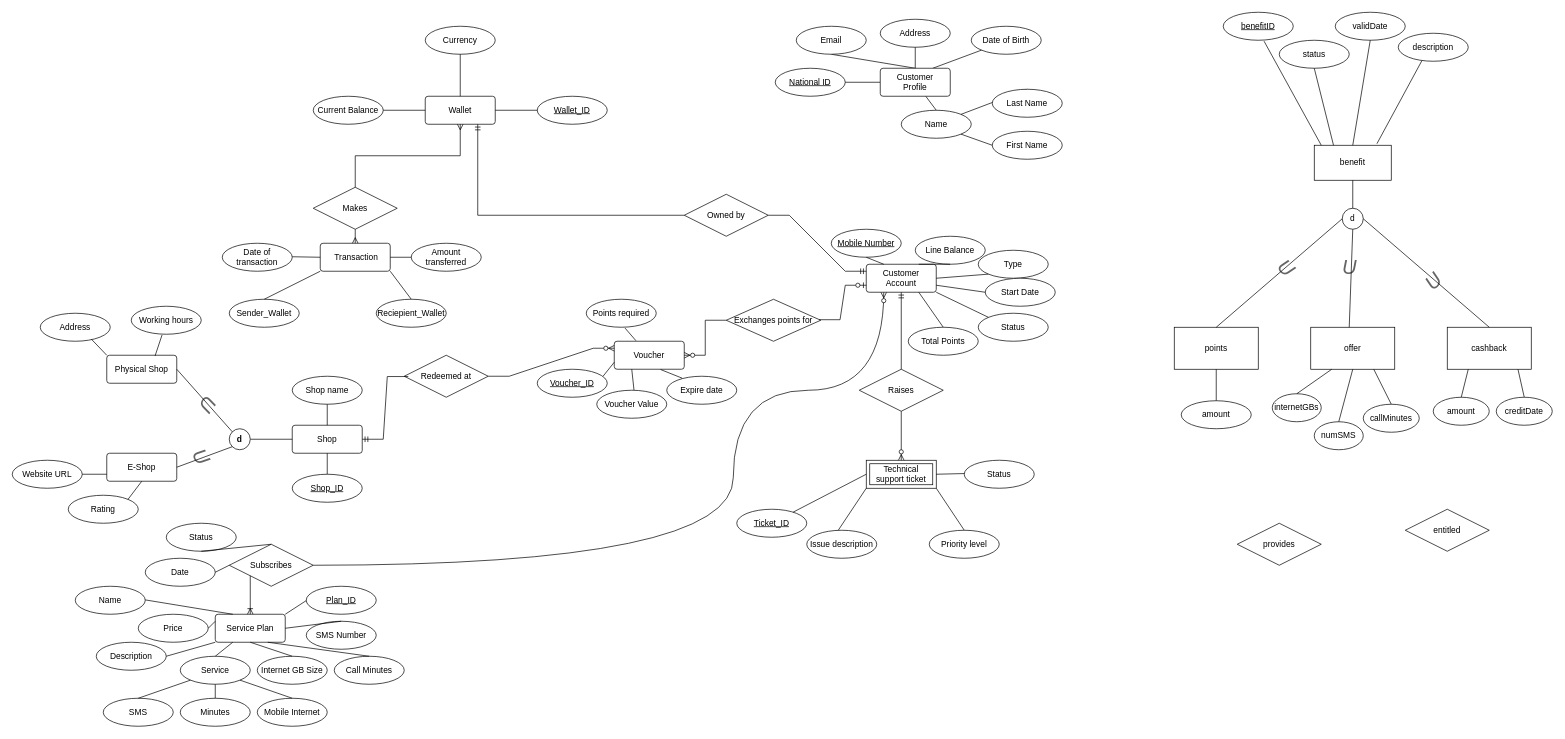
The draw.io diagram Untitled Diagram.drawio in itsfadymate/Customer-Data-Management-System, before the edit. Source tidied: cells renumbered, new cells numbered last; positions are measured from the earlier drawing's top-left corner, leaving out a move shared by most shapes. Both pictures are drawn from the tidied source at 70%, with x=0, y=0 at pixel (12, 12).
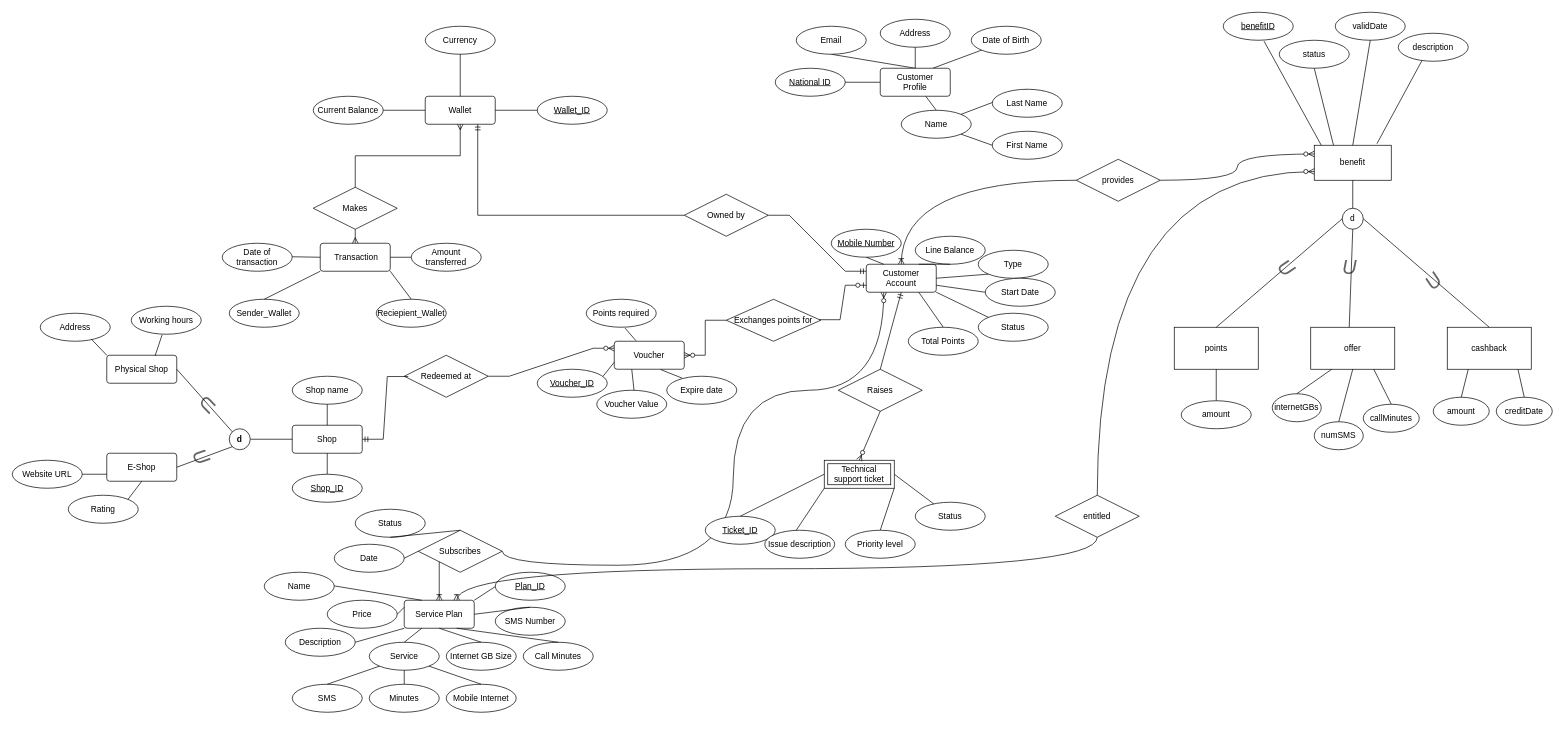
The same diagram, later.

Commit message:
added benefit relationships, 2.7 should be complete

Unchanged cells that the change refers to:
```xml
<mxCell id="10" value="Customer Account" style="rounded=1;arcSize=10;whiteSpace=wrap;html=1;align=center;" parent="1" vertex="1">
  <mxGeometry x="1220" y="360" width="100" height="40" as="geometry" />
</mxCell>
<mxCell id="133" value="benefit" style="rounded=0;whiteSpace=wrap;html=1;" parent="1" vertex="1">
  <mxGeometry x="1860" y="190" width="110" height="50" as="geometry" />
</mxCell>
```

Diff of the diagram source:
```diff
@@
     <mxCell id="26" value="Raises" style="shape=rhombus;perimeter=rhombusPerimeter;whiteSpace=wrap;html=1;align=center;" parent="1" vertex="1">
-      <mxGeometry x="1210" y="510" width="120" height="60" as="geometry" />
+      <mxGeometry x="1180" y="510" width="120" height="60" as="geometry" />
     </mxCell>
@@
     <mxCell id="28" value="Technical support ticket" style="shape=ext;margin=3;double=1;whiteSpace=wrap;html=1;align=center;" parent="1" vertex="1">
-      <mxGeometry x="1220" y="640" width="100" height="40" as="geometry" />
+      <mxGeometry x="1160" y="640" width="100" height="40" as="geometry" />
     </mxCell>
@@
     <mxCell id="34" value="Ticket_ID" style="ellipse;whiteSpace=wrap;html=1;align=center;fontStyle=4;" parent="1" vertex="1">
-      <mxGeometry x="1035" y="710" width="100" height="40" as="geometry" />
+      <mxGeometry x="990" y="720" width="100" height="40" as="geometry" />
     </mxCell>
@@
     <mxCell id="36" value="Issue description" style="ellipse;whiteSpace=wrap;html=1;align=center;" parent="1" vertex="1">
-      <mxGeometry x="1135" y="740" width="100" height="40" as="geometry" />
+      <mxGeometry x="1075" y="740" width="100" height="40" as="geometry" />
     </mxCell>
@@
     <mxCell id="39" value="Status" style="ellipse;whiteSpace=wrap;html=1;align=center;" parent="1" vertex="1">
-      <mxGeometry x="1360" y="640" width="100" height="40" as="geometry" />
+      <mxGeometry x="1290" y="700" width="100" height="40" as="geometry" />
     </mxCell>
@@
     <mxCell id="41" value="Priority level" style="ellipse;whiteSpace=wrap;html=1;align=center;" parent="1" vertex="1">
-      <mxGeometry x="1310" y="740" width="100" height="40" as="geometry" />
+      <mxGeometry x="1190" y="740" width="100" height="40" as="geometry" />
     </mxCell>
@@
-    <mxCell id="43" style="endArrow=none;html=1;rounded=0;" parent="1" edge="1" source="34">
+    <mxCell id="43" style="endArrow=none;html=1;rounded=0;exitX=0.5;exitY=0;exitDx=0;exitDy=0;" parent="1" edge="1" source="34">
       <mxGeometry relative="1" as="geometry">
-        <mxPoint x="1220" y="660" as="targetPoint" />
+        <mxPoint x="1160" y="660" as="targetPoint" />
       </mxGeometry>
     </mxCell>
@@
-    <mxCell id="45" style="endArrow=none;html=1;rounded=0;exitX=1;exitY=0.5;exitDx=0;exitDy=0;" parent="1" edge="1" source="28">
-      <mxGeometry relative="1" as="geometry">
-        <mxPoint x="1360" y="659" as="targetPoint" />
-      </mxGeometry>
+    <mxCell id="45" style="endArrow=none;html=1;rounded=0;exitX=1;exitY=0.5;exitDx=0;exitDy=0;" parent="1" edge="1" source="28" target="39">
+      <mxGeometry relative="1" as="geometry" />
     </mxCell>
@@
     <mxCell id="47" style="endArrow=none;html=1;rounded=0;entryX=0;entryY=1;entryDx=0;entryDy=0;" parent="1" edge="1" target="28">
       <mxGeometry relative="1" as="geometry">
-        <mxPoint x="1180" y="740" as="sourcePoint" />
+        <mxPoint x="1120" y="740" as="sourcePoint" />
       </mxGeometry>
     </mxCell>
@@
     <mxCell id="61" value="Service Plan" style="rounded=1;arcSize=10;whiteSpace=wrap;html=1;align=center;" parent="1" vertex="1">
-      <mxGeometry x="290" y="860" width="100" height="40" as="geometry" />
+      <mxGeometry x="560" y="840" width="100" height="40" as="geometry" />
     </mxCell>
@@
     <mxCell id="63" value="Service" style="ellipse;whiteSpace=wrap;html=1;align=center;" parent="1" vertex="1">
-      <mxGeometry x="240" y="920" width="100" height="40" as="geometry" />
+      <mxGeometry x="510" y="900" width="100" height="40" as="geometry" />
     </mxCell>
@@
     <mxCell id="65" value="SMS" style="ellipse;whiteSpace=wrap;html=1;align=center;" parent="1" vertex="1">
-      <mxGeometry x="130" y="980" width="100" height="40" as="geometry" />
+      <mxGeometry x="400" y="960" width="100" height="40" as="geometry" />
     </mxCell>
     <mxCell id="66" value="Minutes" style="ellipse;whiteSpace=wrap;html=1;align=center;" parent="1" vertex="1">
-      <mxGeometry x="240" y="980" width="100" height="40" as="geometry" />
+      <mxGeometry x="510" y="960" width="100" height="40" as="geometry" />
     </mxCell>
     <mxCell id="67" value="Mobile Internet" style="ellipse;whiteSpace=wrap;html=1;align=center;" parent="1" vertex="1">
-      <mxGeometry x="350" y="980" width="100" height="40" as="geometry" />
+      <mxGeometry x="620" y="960" width="100" height="40" as="geometry" />
     </mxCell>
@@
     <mxCell id="72" value="SMS Number" style="ellipse;whiteSpace=wrap;html=1;align=center;" parent="1" vertex="1">
-      <mxGeometry x="420" y="870" width="100" height="40" as="geometry" />
+      <mxGeometry x="690" y="850" width="100" height="40" as="geometry" />
     </mxCell>
     <mxCell id="73" value="Call Minutes" style="ellipse;whiteSpace=wrap;html=1;align=center;" parent="1" vertex="1">
-      <mxGeometry x="460" y="920" width="100" height="40" as="geometry" />
+      <mxGeometry x="730" y="900" width="100" height="40" as="geometry" />
     </mxCell>
     <mxCell id="74" value="Internet GB Size" style="ellipse;whiteSpace=wrap;html=1;align=center;" parent="1" vertex="1">
-      <mxGeometry x="350" y="920" width="100" height="40" as="geometry" />
+      <mxGeometry x="620" y="900" width="100" height="40" as="geometry" />
     </mxCell>
     <mxCell id="75" value="Price" style="ellipse;whiteSpace=wrap;html=1;align=center;" parent="1" vertex="1">
-      <mxGeometry x="180" y="860" width="100" height="40" as="geometry" />
+      <mxGeometry x="450" y="840" width="100" height="40" as="geometry" />
     </mxCell>
     <mxCell id="76" value="Description" style="ellipse;whiteSpace=wrap;html=1;align=center;" parent="1" vertex="1">
-      <mxGeometry x="120" y="900" width="100" height="40" as="geometry" />
+      <mxGeometry x="390" y="880" width="100" height="40" as="geometry" />
     </mxCell>
     <mxCell id="77" value="Name" style="ellipse;whiteSpace=wrap;html=1;align=center;" parent="1" vertex="1">
-      <mxGeometry x="90" y="820" width="100" height="40" as="geometry" />
+      <mxGeometry x="360" y="800" width="100" height="40" as="geometry" />
     </mxCell>
@@
     <mxCell id="81" style="endArrow=none;html=1;rounded=0;fontFamily=Helvetica;fontSize=12;fontColor=default;fontStyle=4;entryX=0.25;entryY=0;entryDx=0;entryDy=0;" parent="1" edge="1" target="61">
       <mxGeometry relative="1" as="geometry">
-        <mxPoint x="190" y="839.5" as="sourcePoint" />
+        <mxPoint x="460" y="819.5" as="sourcePoint" />
       </mxGeometry>
     </mxCell>
@@
     <mxCell id="84" value="Plan_ID" style="ellipse;whiteSpace=wrap;html=1;align=center;fontStyle=4;strokeColor=default;verticalAlign=middle;fontFamily=Helvetica;fontSize=12;fontColor=default;fillColor=default;" parent="1" vertex="1">
-      <mxGeometry x="420" y="820" width="100" height="40" as="geometry" />
+      <mxGeometry x="690" y="800" width="100" height="40" as="geometry" />
     </mxCell>
     <mxCell id="85" style="endArrow=none;html=1;rounded=0;fontFamily=Helvetica;fontSize=12;fontColor=default;fontStyle=4;entryX=0.25;entryY=0;entryDx=0;entryDy=0;exitX=1;exitY=0;exitDx=0;exitDy=0;" parent="1" edge="1" source="61">
       <mxGeometry relative="1" as="geometry">
-        <mxPoint x="420" y="840.5" as="targetPoint" />
+        <mxPoint x="690" y="820.5" as="targetPoint" />
       </mxGeometry>
     </mxCell>
     <mxCell id="86" value="Subscribes" style="shape=rhombus;perimeter=rhombusPerimeter;whiteSpace=wrap;html=1;align=center;rotation=0;" parent="1" vertex="1">
-      <mxGeometry x="310" y="760" width="120" height="60" as="geometry" />
+      <mxGeometry x="580" y="740" width="120" height="60" as="geometry" />
     </mxCell>
     <mxCell id="87" value="Status" style="ellipse;whiteSpace=wrap;html=1;align=center;" parent="1" vertex="1">
-      <mxGeometry x="220" y="730" width="100" height="40" as="geometry" />
+      <mxGeometry x="490" y="710" width="100" height="40" as="geometry" />
     </mxCell>
     <mxCell id="88" value="Date" style="ellipse;whiteSpace=wrap;html=1;align=center;" parent="1" vertex="1">
-      <mxGeometry x="190" y="780" width="100" height="40" as="geometry" />
+      <mxGeometry x="460" y="760" width="100" height="40" as="geometry" />
     </mxCell>
@@
     <mxCell id="166" value="entitled" style="shape=rhombus;perimeter=rhombusPerimeter;whiteSpace=wrap;html=1;align=center;" parent="1" vertex="1">
-      <mxGeometry x="1990" y="710" width="120" height="60" as="geometry" />
+      <mxGeometry x="1490" y="690" width="120" height="60" as="geometry" />
     </mxCell>
     <mxCell id="167" value="provides" style="shape=rhombus;perimeter=rhombusPerimeter;whiteSpace=wrap;html=1;align=center;" parent="1" vertex="1">
-      <mxGeometry x="1750" y="730" width="120" height="60" as="geometry" />
+      <mxGeometry x="1520" y="210" width="120" height="60" as="geometry" />
     </mxCell>
@@
+    <mxCell id="169" style="edgeStyle=orthogonalEdgeStyle;fontSize=12;html=1;endArrow=ERzeroToMany;endFill=1;rounded=0;curved=1;exitX=1;exitY=0.5;exitDx=0;exitDy=0;entryX=0;entryY=0.25;entryDx=0;entryDy=0;" parent="1" edge="1" source="167" target="133">
+      <mxGeometry relative="1" as="geometry" />
+    </mxCell>
+    <mxCell id="170" style="edgeStyle=orthogonalEdgeStyle;fontSize=12;html=1;endArrow=ERoneToMany;rounded=0;curved=1;exitX=0;exitY=0.5;exitDx=0;exitDy=0;entryX=0.5;entryY=0;entryDx=0;entryDy=0;" parent="1" edge="1" source="167" target="10">
+      <mxGeometry relative="1" as="geometry" />
+    </mxCell>
+    <mxCell id="171" style="edgeStyle=orthogonalEdgeStyle;fontSize=12;html=1;endArrow=ERzeroToMany;endFill=1;rounded=0;curved=1;entryX=0;entryY=0.75;entryDx=0;entryDy=0;exitX=0.5;exitY=0;exitDx=0;exitDy=0;" parent="1" edge="1" source="166" target="133">
+      <mxGeometry relative="1" as="geometry" />
+    </mxCell>
+    <mxCell id="172" style="edgeStyle=orthogonalEdgeStyle;fontSize=12;html=1;endArrow=ERoneToMany;rounded=0;curved=1;exitX=0.5;exitY=1;exitDx=0;exitDy=0;entryX=0.75;entryY=0;entryDx=0;entryDy=0;" parent="1" edge="1" source="166" target="61">
+      <mxGeometry relative="1" as="geometry" />
+    </mxCell>
```
